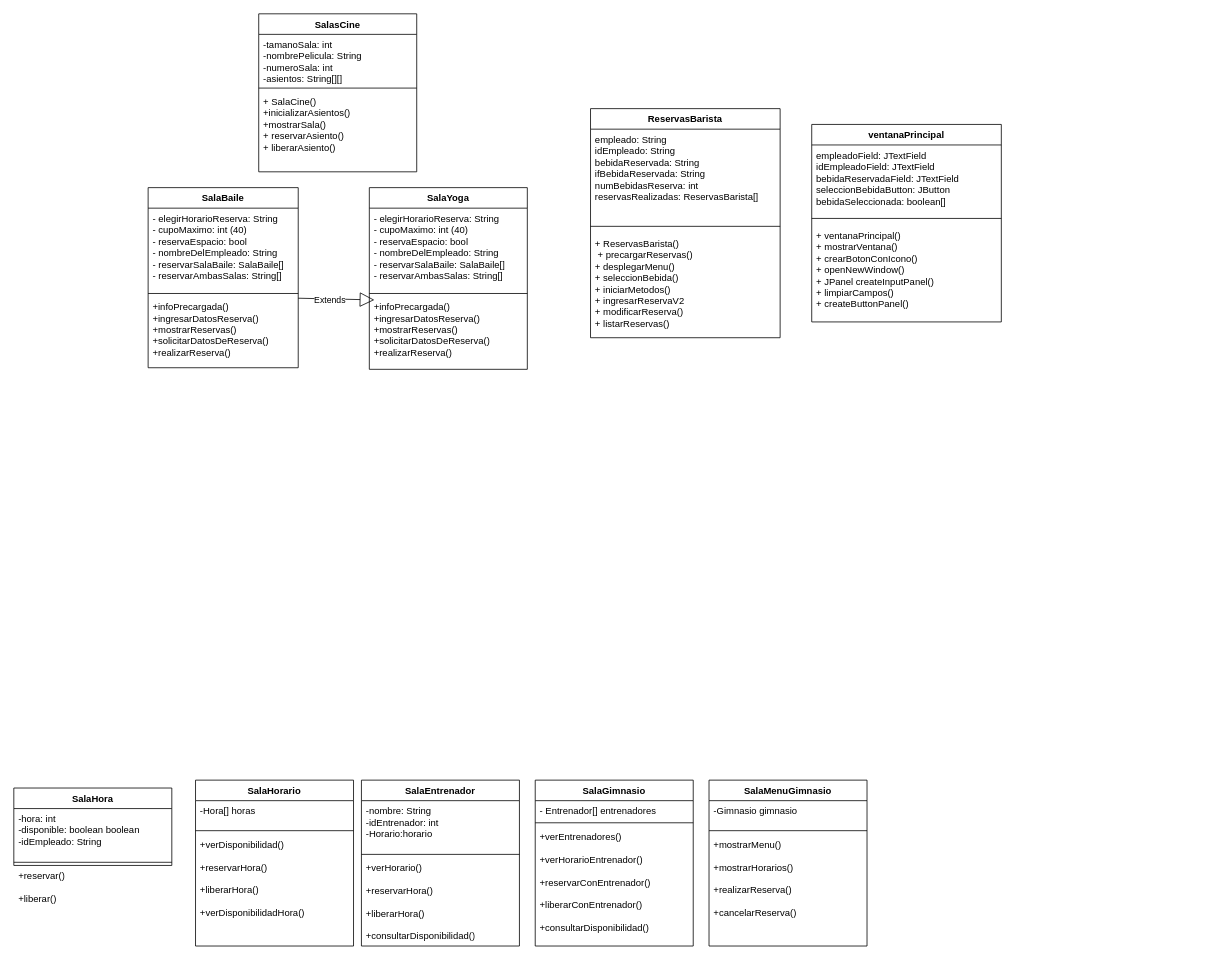
Before: SistemaReservasJava.drawio in handelenriquezacuna/javaSistemaReserva, a draw.io diagram. Source tidied: cells renumbered, new cells numbered last; positions are measured from the earlier drawing's top-left corner, leaving out a move shared by most shapes. Both pictures are drawn from the tidied source at 79%, with x=0, y=0 at pixel (13, 13).
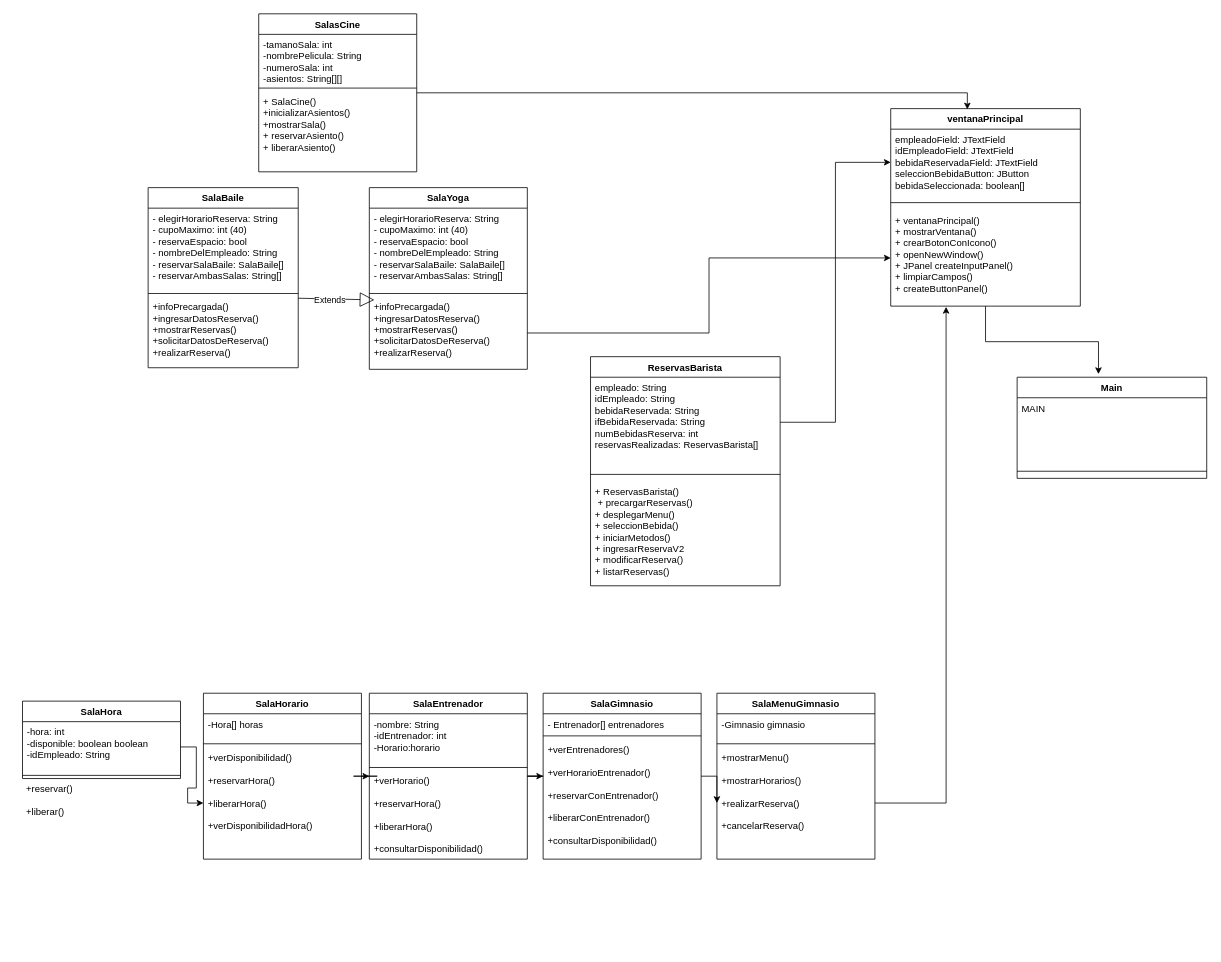
The same diagram, later.

The change refers to these unchanged cells:
```xml
<mxCell id="2" value="SalasCine&lt;div&gt;&lt;br&gt;&lt;/div&gt;" style="swimlane;fontStyle=1;align=center;verticalAlign=top;horizontal=1;startSize=26;whiteSpace=wrap;html=1;" parent="1" vertex="1">
  <mxGeometry x="310" width="200" height="200" as="geometry" />
</mxCell>
<mxCell id="13" value="+infoPrecargada()&lt;div&gt;+ingresarDatosReserva()&lt;/div&gt;&lt;div&gt;+mostrarReservas()&lt;/div&gt;&lt;div&gt;+solicitarDatosDeReserva()&lt;/div&gt;&lt;div&gt;+realizarReserva()&lt;/div&gt;&lt;div&gt;&lt;br&gt;&lt;/div&gt;&lt;div&gt;&lt;br&gt;&lt;/div&gt;" style="text;strokeColor=none;fillColor=none;align=left;verticalAlign=top;spacingLeft=4;spacingRight=4;overflow=hidden;points=[[0,0.5],[1,0.5]];portConstraint=eastwest;whiteSpace=wrap;html=1;" parent="10" vertex="1">
  <mxGeometry y="138" width="200" height="92" as="geometry" />
</mxCell>
<mxCell id="15" value="&lt;font style=&quot;font-size: 12px;&quot;&gt;&lt;span style=&quot;white-space: pre;&quot;&gt;empleado: String&lt;br&gt;&lt;/span&gt;&lt;span style=&quot;white-space: pre;&quot;&gt;idEmpleado: String&lt;br&gt;&lt;/span&gt;&lt;span style=&quot;white-space: pre;&quot;&gt;bebidaReservada: String&lt;br&gt;&lt;/span&gt;&lt;span style=&quot;white-space: pre;&quot;&gt;ifBebidaReservada: String&lt;br&gt;&lt;/span&gt;&lt;span style=&quot;white-space: pre;&quot;&gt;numBebidasReserva: int&lt;br&gt;&lt;/span&gt;&lt;span style=&quot;white-space: pre;&quot;&gt;reservasRealizadas: ReservasBarista[]&lt;/span&gt;&lt;/font&gt;&lt;div style=&quot;&quot;&gt;&lt;span style=&quot;font-family: __JetBrains_Mono_3c557b, __JetBrains_Mono_Fallback_3c557b; white-space: pre;&quot;&gt;&lt;br&gt;&lt;/span&gt;&lt;/div&gt;" style="text;strokeColor=none;fillColor=none;align=left;verticalAlign=top;spacingLeft=4;spacingRight=4;overflow=hidden;points=[[0,0.5],[1,0.5]];portConstraint=eastwest;whiteSpace=wrap;html=1;" parent="14" vertex="1">
  <mxGeometry y="26" width="240" height="114" as="geometry" />
</mxCell>
<mxCell id="20" value="&lt;div style=&quot;&quot;&gt;&lt;span style=&quot;white-space: pre;&quot;&gt;empleadoField: JTextField &lt;br&gt;&lt;/span&gt;&lt;span style=&quot;white-space: pre;&quot;&gt;idEmpleadoField: JTextField &lt;br&gt;&lt;/span&gt;&lt;span style=&quot;white-space: pre;&quot;&gt;bebidaReservadaField: JTextField&lt;br&gt;&lt;/span&gt;&lt;span style=&quot;white-space: pre;&quot;&gt;seleccionBebidaButton: JButton &lt;br&gt;&lt;/span&gt;&lt;span style=&quot;white-space: pre;&quot;&gt;bebidaSeleccionada: boolean[]&lt;/span&gt;&lt;/div&gt;" style="text;strokeColor=none;fillColor=none;align=left;verticalAlign=top;spacingLeft=4;spacingRight=4;overflow=hidden;points=[[0,0.5],[1,0.5]];portConstraint=eastwest;whiteSpace=wrap;html=1;" parent="19" vertex="1">
  <mxGeometry y="26" width="240" height="84" as="geometry" />
</mxCell>
<mxCell id="22" value="&lt;div style=&quot;&quot;&gt;&lt;div&gt;&lt;span style=&quot;white-space: pre;&quot;&gt;+ ventanaPrincipal()&lt;br&gt;&lt;/span&gt;&lt;span style=&quot;white-space: pre;&quot;&gt;+ mostrarVentana() &lt;/span&gt;&lt;/div&gt;&lt;div&gt;&lt;span style=&quot;white-space: pre;&quot;&gt;+ crearBotonConIcono()&lt;/span&gt;&lt;/div&gt;&lt;div&gt;&lt;span style=&quot;white-space: pre;&quot;&gt;+ openNewWindow()&lt;/span&gt;&lt;/div&gt;&lt;div&gt;&lt;font style=&quot;font-size: 12px; text-align: right; white-space: pre;&quot;&gt;+ &lt;/font&gt;&lt;font style=&quot;font-size: 12px; text-align: right; white-space: pre;&quot;&gt;JPanel createInputPanel() &lt;/font&gt;&lt;/div&gt;&lt;div&gt;&lt;font style=&quot;font-size: 12px; text-align: right; white-space: pre;&quot;&gt;+ &lt;/font&gt;&lt;font style=&quot;font-size: 12px; text-align: right; white-space: pre;&quot;&gt;limpiarCampos() &lt;/font&gt;&lt;font style=&quot;font-size: 12px; text-align: right; white-space: pre;&quot;&gt;&lt;br&gt;&lt;/font&gt;&lt;span style=&quot;white-space: pre;&quot;&gt;+ createButtonPanel()&lt;br&gt;&lt;/span&gt;&lt;br&gt;&lt;/div&gt;&lt;/div&gt;" style="text;strokeColor=none;fillColor=none;align=left;verticalAlign=top;spacingLeft=4;spacingRight=4;overflow=hidden;points=[[0,0.5],[1,0.5]];portConstraint=eastwest;whiteSpace=wrap;html=1;" parent="19" vertex="1">
  <mxGeometry y="128" width="240" height="122" as="geometry" />
</mxCell>
<mxCell id="24" value="&lt;div&gt;-hora: int&lt;/div&gt;&lt;div&gt;&lt;span style=&quot;background-color: initial;&quot;&gt;-disponible: boolean boolean&amp;nbsp;&lt;/span&gt;&lt;/div&gt;&lt;div&gt;&lt;span style=&quot;background-color: initial;&quot;&gt;-idEmpleado: String&amp;nbsp;&lt;/span&gt;&lt;/div&gt;" style="text;strokeColor=none;fillColor=none;align=left;verticalAlign=top;spacingLeft=4;spacingRight=4;overflow=hidden;points=[[0,0.5],[1,0.5]];portConstraint=eastwest;whiteSpace=wrap;html=1;" parent="23" vertex="1">
  <mxGeometry y="26" width="200" height="64" as="geometry" />
</mxCell>
<mxCell id="33" value="+verDisponibilidad()&amp;nbsp;&lt;div&gt;&lt;br&gt;&lt;/div&gt;&lt;div&gt;+reservarHora()&lt;/div&gt;&lt;div&gt;&lt;br&gt;&lt;/div&gt;&lt;div&gt;+liberarHora()&lt;/div&gt;&lt;div&gt;&lt;br&gt;&lt;/div&gt;&lt;div&gt;+verDisponibilidadHora()&lt;div&gt;&lt;br&gt;&lt;/div&gt;&lt;div&gt;&lt;br&gt;&lt;/div&gt;&lt;div&gt;&lt;br&gt;&lt;/div&gt;&lt;/div&gt;" style="text;strokeColor=none;fillColor=none;align=left;verticalAlign=top;spacingLeft=4;spacingRight=4;overflow=hidden;points=[[0,0.5],[1,0.5]];portConstraint=eastwest;whiteSpace=wrap;html=1;" parent="30" vertex="1">
  <mxGeometry y="68" width="200" height="142" as="geometry" />
</mxCell>
<mxCell id="37" value="+mostrarMenu()&amp;nbsp;&amp;nbsp;&lt;div&gt;&lt;br&gt;&lt;/div&gt;&lt;div&gt;+mostrarHorarios()&amp;nbsp;&lt;/div&gt;&lt;div&gt;&lt;br&gt;&lt;/div&gt;&lt;div&gt;+realizarReserva()&lt;/div&gt;&lt;div&gt;&lt;br&gt;&lt;/div&gt;&lt;div&gt;+cancelarReserva()&lt;div&gt;&lt;br&gt;&lt;/div&gt;&lt;div&gt;&lt;br&gt;&lt;/div&gt;&lt;/div&gt;" style="text;strokeColor=none;fillColor=none;align=left;verticalAlign=top;spacingLeft=4;spacingRight=4;overflow=hidden;points=[[0,0.5],[1,0.5]];portConstraint=eastwest;whiteSpace=wrap;html=1;" parent="34" vertex="1">
  <mxGeometry y="68" width="200" height="142" as="geometry" />
</mxCell>
```

What changed in the source:
```diff
@@
     <mxCell id="14" value="ReservasBarista&lt;div&gt;&lt;br&gt;&lt;/div&gt;" style="swimlane;fontStyle=1;align=center;verticalAlign=top;horizontal=1;startSize=26;whiteSpace=wrap;html=1;" parent="1" vertex="1">
-      <mxGeometry x="730" y="120" width="240" height="290" as="geometry" />
+      <mxGeometry x="730" y="434" width="240" height="290" as="geometry" />
     </mxCell>
@@
     <mxCell id="19" value="&lt;div&gt;ventanaPrincipal&lt;/div&gt;" style="swimlane;fontStyle=1;align=center;verticalAlign=top;horizontal=1;startSize=26;whiteSpace=wrap;html=1;" parent="1" vertex="1">
-      <mxGeometry x="1010" y="140" width="240" height="250" as="geometry" />
+      <mxGeometry x="1110" y="120" width="240" height="250" as="geometry" />
     </mxCell>
@@
+    <mxCell id="43" value="&lt;div&gt;Main&lt;/div&gt;" style="swimlane;fontStyle=1;align=center;verticalAlign=top;horizontal=1;startSize=26;whiteSpace=wrap;html=1;" parent="1" vertex="1">
+      <mxGeometry x="1270" y="460" width="240" height="128" as="geometry" />
+    </mxCell>
+    <mxCell id="44" value="&lt;div style=&quot;&quot;&gt;&lt;span style=&quot;white-space: pre;&quot;&gt;MAIN&lt;/span&gt;&lt;/div&gt;" style="text;strokeColor=none;fillColor=none;align=left;verticalAlign=top;spacingLeft=4;spacingRight=4;overflow=hidden;whiteSpace=wrap;html=1;" parent="43" vertex="1">
+      <mxGeometry y="26" width="240" height="84" as="geometry" />
+    </mxCell>
+    <mxCell id="45" style="line;strokeWidth=1;fillColor=none;align=left;verticalAlign=middle;spacingTop=-1;spacingLeft=3;spacingRight=3;labelPosition=right;strokeColor=inherit;" parent="43" vertex="1">
+      <mxGeometry y="110" width="240" height="18" as="geometry" />
+    </mxCell>
+    <mxCell id="46" style="edgeStyle=orthogonalEdgeStyle;rounded=0;jettySize=auto;html=1;entryX=0.429;entryY=-0.031;entryDx=0;entryDy=0;entryPerimeter=0;" parent="1" edge="1" source="19" target="43">
+      <mxGeometry relative="1" as="geometry" />
+    </mxCell>
+    <mxCell id="47" style="edgeStyle=orthogonalEdgeStyle;rounded=0;jettySize=auto;html=1;" parent="1" edge="1" source="15" target="20">
+      <mxGeometry relative="1" as="geometry" />
+    </mxCell>
+    <mxCell id="48" style="edgeStyle=orthogonalEdgeStyle;rounded=0;jettySize=auto;html=1;" parent="1" edge="1" source="13" target="22">
+      <mxGeometry relative="1" as="geometry" />
+    </mxCell>
+    <mxCell id="49" style="edgeStyle=orthogonalEdgeStyle;rounded=0;jettySize=auto;html=1;entryX=0.292;entryY=1.008;entryDx=0;entryDy=0;entryPerimeter=0;" parent="1" edge="1" source="37" target="22">
+      <mxGeometry relative="1" as="geometry" />
+    </mxCell>
+    <mxCell id="50" style="edgeStyle=orthogonalEdgeStyle;rounded=0;jettySize=auto;html=1;entryX=0.404;entryY=0.004;entryDx=0;entryDy=0;entryPerimeter=0;" parent="1" edge="1" source="2" target="19">
+      <mxGeometry relative="1" as="geometry" />
+    </mxCell>
+    <mxCell id="51" style="group;" parent="1" vertex="1">
+      <mxGeometry x="10" y="860" width="1080" height="210" as="geometry" />
+    </mxCell>
-    <mxCell id="23" value="SalaHora" style="swimlane;fontStyle=1;align=center;verticalAlign=top;horizontal=1;startSize=26;whiteSpace=wrap;html=1;" parent="1" vertex="1">
-      <mxGeometry y="980" width="200" height="98" as="geometry" />
+    <mxCell id="23" value="SalaHora" style="swimlane;fontStyle=1;align=center;verticalAlign=top;horizontal=1;startSize=26;whiteSpace=wrap;html=1;" parent="51" vertex="1">
+      <mxGeometry x="1" y="10" width="200" height="98" as="geometry" />
     </mxCell>
@@
+    <mxCell id="52" style="edgeStyle=orthogonalEdgeStyle;rounded=0;jettySize=auto;html=1;" parent="51" edge="1" source="26" target="38">
+      <mxGeometry relative="1" as="geometry" />
+    </mxCell>
-    <mxCell id="26" value="SalaEntrenador" style="swimlane;fontStyle=1;align=center;verticalAlign=top;horizontal=1;startSize=26;whiteSpace=wrap;html=1;" parent="1" vertex="1">
-      <mxGeometry x="440" y="970" width="200" height="210" as="geometry" />
+    <mxCell id="26" value="SalaEntrenador" style="swimlane;fontStyle=1;align=center;verticalAlign=top;horizontal=1;startSize=26;whiteSpace=wrap;html=1;" parent="51" vertex="1">
+      <mxGeometry x="440" width="200" height="210" as="geometry" />
     </mxCell>
@@
+    <mxCell id="53" style="edgeStyle=orthogonalEdgeStyle;rounded=0;jettySize=auto;html=1;" parent="51" edge="1" source="30" target="26">
+      <mxGeometry relative="1" as="geometry" />
+    </mxCell>
-    <mxCell id="30" value="SalaHorario" style="swimlane;fontStyle=1;align=center;verticalAlign=top;horizontal=1;startSize=26;whiteSpace=wrap;html=1;" parent="1" vertex="1">
-      <mxGeometry x="230" y="970" width="200" height="210" as="geometry" />
+    <mxCell id="30" value="SalaHorario" style="swimlane;fontStyle=1;align=center;verticalAlign=top;horizontal=1;startSize=26;whiteSpace=wrap;html=1;" parent="51" vertex="1">
+      <mxGeometry x="230" width="200" height="210" as="geometry" />
     </mxCell>
@@
-    <mxCell id="34" value="SalaMenuGimnasio" style="swimlane;fontStyle=1;align=center;verticalAlign=top;horizontal=1;startSize=26;whiteSpace=wrap;html=1;" parent="1" vertex="1">
-      <mxGeometry x="880" y="970" width="200" height="210" as="geometry" />
+    <mxCell id="34" value="SalaMenuGimnasio" style="swimlane;fontStyle=1;align=center;verticalAlign=top;horizontal=1;startSize=26;whiteSpace=wrap;html=1;" parent="51" vertex="1">
+      <mxGeometry x="880" width="200" height="210" as="geometry" />
     </mxCell>
@@
+    <mxCell id="54" style="edgeStyle=orthogonalEdgeStyle;rounded=0;jettySize=auto;html=1;" parent="51" edge="1" source="38" target="37">
+      <mxGeometry relative="1" as="geometry" />
+    </mxCell>
-    <mxCell id="38" value="SalaGimnasio" style="swimlane;fontStyle=1;align=center;verticalAlign=top;horizontal=1;startSize=26;whiteSpace=wrap;html=1;" parent="1" vertex="1">
-      <mxGeometry x="660" y="970" width="200" height="210" as="geometry" />
+    <mxCell id="38" value="SalaGimnasio" style="swimlane;fontStyle=1;align=center;verticalAlign=top;horizontal=1;startSize=26;whiteSpace=wrap;html=1;" parent="51" vertex="1">
+      <mxGeometry x="660" width="200" height="210" as="geometry" />
     </mxCell>
@@
-    <mxCell id="42" value="+reservar()&lt;div&gt;&lt;br&gt;&lt;/div&gt;&lt;div&gt;+liberar()&amp;nbsp;&amp;nbsp;&lt;div&gt;&lt;br&gt;&lt;/div&gt;&lt;div&gt;&lt;br&gt;&lt;/div&gt;&lt;div&gt;&lt;br&gt;&lt;/div&gt;&lt;div&gt;&lt;br&gt;&lt;/div&gt;&lt;/div&gt;" style="text;strokeColor=none;fillColor=none;align=left;verticalAlign=top;spacingLeft=4;spacingRight=4;overflow=hidden;whiteSpace=wrap;html=1;" parent="1" vertex="1">
-      <mxGeometry y="1078" width="200" height="62" as="geometry" />
+    <mxCell id="42" value="+reservar()&lt;div&gt;&lt;br&gt;&lt;/div&gt;&lt;div&gt;+liberar()&amp;nbsp;&amp;nbsp;&lt;div&gt;&lt;br&gt;&lt;/div&gt;&lt;div&gt;&lt;br&gt;&lt;/div&gt;&lt;div&gt;&lt;br&gt;&lt;/div&gt;&lt;div&gt;&lt;br&gt;&lt;/div&gt;&lt;/div&gt;" style="text;strokeColor=none;fillColor=none;align=left;verticalAlign=top;spacingLeft=4;spacingRight=4;overflow=hidden;whiteSpace=wrap;html=1;" parent="51" vertex="1">
+      <mxGeometry y="108" width="200" height="62" as="geometry" />
     </mxCell>
+    <mxCell id="55" style="edgeStyle=orthogonalEdgeStyle;rounded=0;jettySize=auto;html=1;" parent="51" edge="1" source="24" target="33">
+      <mxGeometry relative="1" as="geometry" />
+    </mxCell>
```
